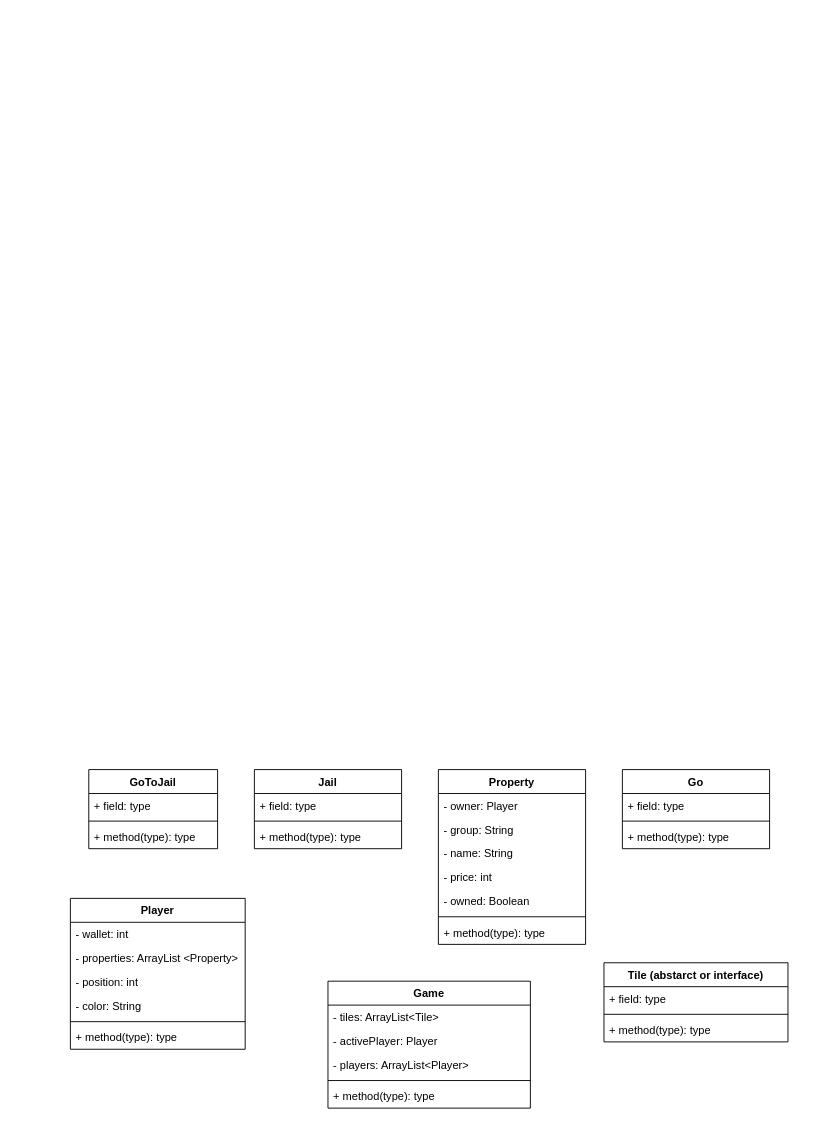
Above: MonoplyMilestone1.drawio in MiniEinsteinD/MonopolyGame (draw.io), before the change. Source tidied: cells renumbered, new cells numbered last; positions are measured from the earlier drawing's top-left corner, leaving out a move shared by most shapes. Both pictures are drawn from the tidied source at 92%, with x=0, y=0 at pixel (70, 769).
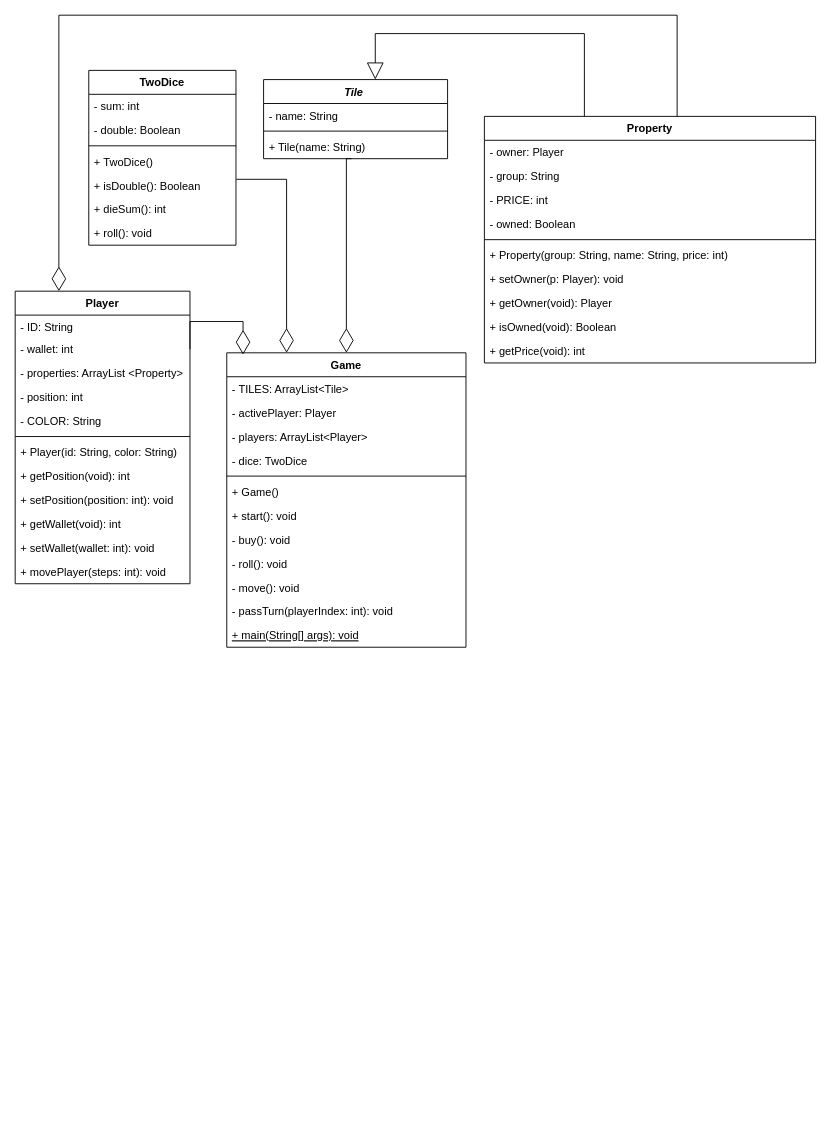
The same page after the edit.

Change to the diagram source:
```diff
@@
-    <mxCell id="2" value="GoToJail" style="swimlane;fontStyle=1;align=center;verticalAlign=top;horizontal=1;startSize=26;" parent="1" vertex="1">
-      <mxGeometry x="20" width="140" height="86" as="geometry" />
-    </mxCell>
-    <mxCell id="3" value="+ field: type" style="text;strokeColor=none;fillColor=none;align=left;verticalAlign=top;spacingLeft=4;spacingRight=4;overflow=hidden;" parent="2" vertex="1">
-      <mxGeometry y="26" width="140" height="26" as="geometry" />
-    </mxCell>
-    <mxCell id="4" style="line;strokeWidth=1;fillColor=none;align=left;verticalAlign=middle;spacingTop=-1;spacingLeft=3;spacingRight=3;labelPosition=right;" parent="2" vertex="1">
-      <mxGeometry y="52" width="140" height="8" as="geometry" />
-    </mxCell>
-    <mxCell id="5" value="+ method(type): type" style="text;strokeColor=none;fillColor=none;align=left;verticalAlign=top;spacingLeft=4;spacingRight=4;overflow=hidden;" parent="2" vertex="1">
-      <mxGeometry y="60" width="140" height="26" as="geometry" />
-    </mxCell>
-    <mxCell id="6" value="Jail" style="swimlane;fontStyle=1;align=center;verticalAlign=top;horizontal=1;startSize=26;" parent="1" vertex="1">
-      <mxGeometry x="200" width="160" height="86" as="geometry" />
-    </mxCell>
-    <mxCell id="7" value="+ field: type" style="text;strokeColor=none;fillColor=none;align=left;verticalAlign=top;spacingLeft=4;spacingRight=4;overflow=hidden;" parent="6" vertex="1">
-      <mxGeometry y="26" width="160" height="26" as="geometry" />
-    </mxCell>
-    <mxCell id="8" style="line;strokeWidth=1;fillColor=none;align=left;verticalAlign=middle;spacingTop=-1;spacingLeft=3;spacingRight=3;labelPosition=right;" parent="6" vertex="1">
-      <mxGeometry y="52" width="160" height="8" as="geometry" />
-    </mxCell>
-    <mxCell id="9" value="+ method(type): type" style="text;strokeColor=none;fillColor=none;align=left;verticalAlign=top;spacingLeft=4;spacingRight=4;overflow=hidden;" parent="6" vertex="1">
-      <mxGeometry y="60" width="160" height="26" as="geometry" />
-    </mxCell>
     <mxCell id="10" value="Property" style="swimlane;fontStyle=1;align=center;verticalAlign=top;horizontal=1;startSize=26;" parent="1" vertex="1">
-      <mxGeometry x="400" width="160" height="190" as="geometry" />
+      <mxGeometry x="450" y="-710" width="360" height="268" as="geometry" />
     </mxCell>
     <mxCell id="11" value="- owner: Player" style="text;strokeColor=none;fillColor=none;align=left;verticalAlign=top;spacingLeft=4;spacingRight=4;overflow=hidden;" parent="10" vertex="1">
-      <mxGeometry y="26" width="160" height="26" as="geometry" />
+      <mxGeometry y="26" width="360" height="26" as="geometry" />
     </mxCell>
     <mxCell id="12" value="- group: String " style="text;strokeColor=none;fillColor=none;align=left;verticalAlign=top;spacingLeft=4;spacingRight=4;overflow=hidden;" parent="10" vertex="1">
-      <mxGeometry y="52" width="160" height="26" as="geometry" />
+      <mxGeometry y="52" width="360" height="26" as="geometry" />
     </mxCell>
-    <mxCell id="13" value="- name: String " style="text;strokeColor=none;fillColor=none;align=left;verticalAlign=top;spacingLeft=4;spacingRight=4;overflow=hidden;" parent="10" vertex="1">
-      <mxGeometry y="78" width="160" height="26" as="geometry" />
-    </mxCell>
-    <mxCell id="14" value="- price: int " style="text;strokeColor=none;fillColor=none;align=left;verticalAlign=top;spacingLeft=4;spacingRight=4;overflow=hidden;" parent="10" vertex="1">
-      <mxGeometry y="104" width="160" height="26" as="geometry" />
+    <mxCell id="14" value="- PRICE: int" style="text;strokeColor=none;fillColor=none;align=left;verticalAlign=top;spacingLeft=4;spacingRight=4;overflow=hidden;" parent="10" vertex="1">
+      <mxGeometry y="78" width="360" height="26" as="geometry" />
     </mxCell>
     <mxCell id="15" value="- owned: Boolean " style="text;strokeColor=none;fillColor=none;align=left;verticalAlign=top;spacingLeft=4;spacingRight=4;overflow=hidden;" parent="10" vertex="1">
-      <mxGeometry y="130" width="160" height="26" as="geometry" />
+      <mxGeometry y="104" width="360" height="26" as="geometry" />
     </mxCell>
     <mxCell id="16" style="line;strokeWidth=1;fillColor=none;align=left;verticalAlign=middle;spacingTop=-1;spacingLeft=3;spacingRight=3;labelPosition=right;" parent="10" vertex="1">
-      <mxGeometry y="156" width="160" height="8" as="geometry" />
+      <mxGeometry y="130" width="360" height="8" as="geometry" />
     </mxCell>
-    <mxCell id="17" value="+ method(type): type" style="text;strokeColor=none;fillColor=none;align=left;verticalAlign=top;spacingLeft=4;spacingRight=4;overflow=hidden;" parent="10" vertex="1">
-      <mxGeometry y="164" width="160" height="26" as="geometry" />
+    <mxCell id="17" value="+ Property(group: String, name: String, price: int)" style="text;strokeColor=none;fillColor=none;align=left;verticalAlign=top;spacingLeft=4;spacingRight=4;overflow=hidden;" parent="10" vertex="1">
+      <mxGeometry y="138" width="360" height="26" as="geometry" />
     </mxCell>
-    <mxCell id="18" value="Go" style="swimlane;fontStyle=1;align=center;verticalAlign=top;horizontal=1;startSize=26;" parent="1" vertex="1">
-      <mxGeometry x="600" width="160" height="86" as="geometry" />
-    </mxCell>
-    <mxCell id="19" value="+ field: type" style="text;strokeColor=none;fillColor=none;align=left;verticalAlign=top;spacingLeft=4;spacingRight=4;overflow=hidden;" parent="18" vertex="1">
-      <mxGeometry y="26" width="160" height="26" as="geometry" />
-    </mxCell>
-    <mxCell id="20" style="line;strokeWidth=1;fillColor=none;align=left;verticalAlign=middle;spacingTop=-1;spacingLeft=3;spacingRight=3;labelPosition=right;" parent="18" vertex="1">
-      <mxGeometry y="52" width="160" height="8" as="geometry" />
-    </mxCell>
-    <mxCell id="21" value="+ method(type): type" style="text;strokeColor=none;fillColor=none;align=left;verticalAlign=top;spacingLeft=4;spacingRight=4;overflow=hidden;" parent="18" vertex="1">
-      <mxGeometry y="60" width="160" height="26" as="geometry" />
-    </mxCell>
+    <mxCell id="39" value="+ setOwner(p: Player): void" style="text;strokeColor=none;fillColor=none;align=left;verticalAlign=top;spacingLeft=4;spacingRight=4;overflow=hidden;" parent="10" vertex="1">
+      <mxGeometry y="164" width="360" height="26" as="geometry" />
+    </mxCell>
+    <mxCell id="40" value="+ getOwner(void): Player" style="text;strokeColor=none;fillColor=none;align=left;verticalAlign=top;spacingLeft=4;spacingRight=4;overflow=hidden;" parent="10" vertex="1">
+      <mxGeometry y="190" width="360" height="26" as="geometry" />
+    </mxCell>
+    <mxCell id="41" value="+ isOwned(void): Boolean" style="text;strokeColor=none;fillColor=none;align=left;verticalAlign=top;spacingLeft=4;spacingRight=4;overflow=hidden;" parent="10" vertex="1">
+      <mxGeometry y="216" width="360" height="26" as="geometry" />
+    </mxCell>
+    <mxCell id="42" value="+ getPrice(void): int" style="text;strokeColor=none;fillColor=none;align=left;verticalAlign=top;spacingLeft=4;spacingRight=4;overflow=hidden;" parent="10" vertex="1">
+      <mxGeometry y="242" width="360" height="26" as="geometry" />
+    </mxCell>
     <mxCell id="22" value="Player" style="swimlane;fontStyle=1;align=center;verticalAlign=top;horizontal=1;startSize=26;" parent="1" vertex="1">
-      <mxGeometry y="140" width="190" height="164" as="geometry" />
+      <mxGeometry x="-60" y="-520" width="190" height="318" as="geometry" />
     </mxCell>
+    <mxCell id="43" value="- ID: String" style="text;strokeColor=none;fillColor=none;align=left;verticalAlign=top;spacingLeft=4;spacingRight=4;overflow=hidden;" parent="22" vertex="1">
+      <mxGeometry y="26" width="190" height="24" as="geometry" />
+    </mxCell>
     <mxCell id="23" value="- wallet: int" style="text;strokeColor=none;fillColor=none;align=left;verticalAlign=top;spacingLeft=4;spacingRight=4;overflow=hidden;points=[[0,0.5],[1,0.5]];portConstraint=eastwest;" parent="22" vertex="1">
-      <mxGeometry y="26" width="190" height="26" as="geometry" />
+      <mxGeometry y="50" width="190" height="26" as="geometry" />
     </mxCell>
     <mxCell id="24" value="- properties: ArrayList &lt;Property&gt;" style="text;strokeColor=none;fillColor=none;align=left;verticalAlign=top;spacingLeft=4;spacingRight=4;overflow=hidden;" parent="22" vertex="1">
-      <mxGeometry y="52" width="190" height="26" as="geometry" />
+      <mxGeometry y="76" width="190" height="26" as="geometry" />
     </mxCell>
     <mxCell id="25" value="- position: int" style="text;strokeColor=none;fillColor=none;align=left;verticalAlign=top;spacingLeft=4;spacingRight=4;overflow=hidden;" parent="22" vertex="1">
-      <mxGeometry y="78" width="190" height="26" as="geometry" />
+      <mxGeometry y="102" width="190" height="26" as="geometry" />
     </mxCell>
-    <mxCell id="26" value="- color: String" style="text;strokeColor=none;fillColor=none;align=left;verticalAlign=top;spacingLeft=4;spacingRight=4;overflow=hidden;" parent="22" vertex="1">
-      <mxGeometry y="104" width="190" height="26" as="geometry" />
+    <mxCell id="26" value="- COLOR: String" style="text;strokeColor=none;fillColor=none;align=left;verticalAlign=top;spacingLeft=4;spacingRight=4;overflow=hidden;" parent="22" vertex="1">
+      <mxGeometry y="128" width="190" height="26" as="geometry" />
     </mxCell>
     <mxCell id="27" style="line;strokeWidth=1;fillColor=none;align=left;verticalAlign=middle;spacingTop=-1;spacingLeft=3;spacingRight=3;labelPosition=right;" parent="22" vertex="1">
-      <mxGeometry y="130" width="190" height="8" as="geometry" />
+      <mxGeometry y="154" width="190" height="8" as="geometry" />
     </mxCell>
+    <mxCell id="44" value="+ Player(id: String, color: String)" style="text;strokeColor=none;fillColor=none;align=left;verticalAlign=top;spacingLeft=4;spacingRight=4;overflow=hidden;" parent="22" vertex="1">
+      <mxGeometry y="162" width="190" height="26" as="geometry" />
+    </mxCell>
-    <mxCell id="28" value="+ method(type): type" style="text;strokeColor=none;fillColor=none;align=left;verticalAlign=top;spacingLeft=4;spacingRight=4;overflow=hidden;" parent="22" vertex="1">
-      <mxGeometry y="138" width="190" height="26" as="geometry" />
+    <mxCell id="28" value="+ getPosition(void): int" style="text;strokeColor=none;fillColor=none;align=left;verticalAlign=top;spacingLeft=4;spacingRight=4;overflow=hidden;" parent="22" vertex="1">
+      <mxGeometry y="188" width="190" height="26" as="geometry" />
     </mxCell>
+    <mxCell id="45" value="+ setPosition(position: int): void" style="text;strokeColor=none;fillColor=none;align=left;verticalAlign=top;spacingLeft=4;spacingRight=4;overflow=hidden;" parent="22" vertex="1">
+      <mxGeometry y="214" width="190" height="26" as="geometry" />
+    </mxCell>
+    <mxCell id="46" value="+ getWallet(void): int" style="text;strokeColor=none;fillColor=none;align=left;verticalAlign=top;spacingLeft=4;spacingRight=4;overflow=hidden;" parent="22" vertex="1">
+      <mxGeometry y="240" width="190" height="26" as="geometry" />
+    </mxCell>
+    <mxCell id="47" value="+ setWallet(wallet: int): void" style="text;strokeColor=none;fillColor=none;align=left;verticalAlign=top;spacingLeft=4;spacingRight=4;overflow=hidden;" parent="22" vertex="1">
+      <mxGeometry y="266" width="190" height="26" as="geometry" />
+    </mxCell>
+    <mxCell id="48" value="+ movePlayer(steps: int): void" style="text;strokeColor=none;fillColor=none;align=left;verticalAlign=top;spacingLeft=4;spacingRight=4;overflow=hidden;" parent="22" vertex="1">
+      <mxGeometry y="292" width="190" height="26" as="geometry" />
+    </mxCell>
-    <mxCell id="29" value="Tile (abstarct or interface)" style="swimlane;fontStyle=1;align=center;verticalAlign=top;horizontal=1;startSize=26;" parent="1" vertex="1">
-      <mxGeometry x="580" y="210" width="200" height="86" as="geometry" />
+    <mxCell id="29" value="Tile " style="swimlane;fontStyle=3;align=center;verticalAlign=top;horizontal=1;startSize=26;" parent="1" vertex="1">
+      <mxGeometry x="210" y="-750" width="200" height="86" as="geometry" />
     </mxCell>
-    <mxCell id="30" value="+ field: type" style="text;strokeColor=none;fillColor=none;align=left;verticalAlign=top;spacingLeft=4;spacingRight=4;overflow=hidden;" parent="29" vertex="1">
+    <mxCell id="30" value="- name: String " style="text;strokeColor=none;fillColor=none;align=left;verticalAlign=top;spacingLeft=4;spacingRight=4;overflow=hidden;" parent="29" vertex="1">
       <mxGeometry y="26" width="200" height="26" as="geometry" />
     </mxCell>
@@
-    <mxCell id="32" value="+ method(type): type" style="text;strokeColor=none;fillColor=none;align=left;verticalAlign=top;spacingLeft=4;spacingRight=4;overflow=hidden;points=[[0,0.5],[1,0.5]];portConstraint=eastwest;" parent="29" vertex="1">
+    <mxCell id="32" value="+ Tile(name: String)" style="text;strokeColor=none;fillColor=none;align=left;verticalAlign=top;spacingLeft=4;spacingRight=4;overflow=hidden;points=[[0,0.5],[1,0.5]];portConstraint=eastwest;" parent="29" vertex="1">
       <mxGeometry y="60" width="200" height="26" as="geometry" />
     </mxCell>
     <mxCell id="33" value="Game" style="swimlane;fontStyle=1;align=center;verticalAlign=top;horizontal=1;startSize=26;" parent="1" vertex="1">
-      <mxGeometry x="280" y="230" width="220" height="138" as="geometry" />
+      <mxGeometry x="170" y="-453" width="260" height="320" as="geometry" />
     </mxCell>
-    <mxCell id="34" value="- tiles: ArrayList&lt;Tile&gt;" style="text;strokeColor=none;fillColor=none;align=left;verticalAlign=top;spacingLeft=4;spacingRight=4;overflow=hidden;" parent="33" vertex="1">
-      <mxGeometry y="26" width="220" height="26" as="geometry" />
+    <mxCell id="34" value="- TILES: ArrayList&lt;Tile&gt;" style="text;strokeColor=none;fillColor=none;align=left;verticalAlign=top;spacingLeft=4;spacingRight=4;overflow=hidden;" parent="33" vertex="1">
+      <mxGeometry y="26" width="260" height="26" as="geometry" />
     </mxCell>
     <mxCell id="35" value="- activePlayer: Player" style="text;strokeColor=none;fillColor=none;align=left;verticalAlign=top;spacingLeft=4;spacingRight=4;overflow=hidden;" parent="33" vertex="1">
-      <mxGeometry y="52" width="220" height="26" as="geometry" />
+      <mxGeometry y="52" width="260" height="26" as="geometry" />
     </mxCell>
     <mxCell id="36" value="- players: ArrayList&lt;Player&gt;" style="text;strokeColor=none;fillColor=none;align=left;verticalAlign=top;spacingLeft=4;spacingRight=4;overflow=hidden;" parent="33" vertex="1">
-      <mxGeometry y="78" width="220" height="26" as="geometry" />
+      <mxGeometry y="78" width="260" height="26" as="geometry" />
     </mxCell>
+    <mxCell id="49" value="- dice: TwoDice" style="text;strokeColor=none;fillColor=none;align=left;verticalAlign=top;spacingLeft=4;spacingRight=4;overflow=hidden;" parent="33" vertex="1">
+      <mxGeometry y="104" width="260" height="26" as="geometry" />
+    </mxCell>
     <mxCell id="37" style="line;strokeWidth=1;fillColor=none;align=left;verticalAlign=middle;spacingTop=-1;spacingLeft=3;spacingRight=3;labelPosition=right;" parent="33" vertex="1">
-      <mxGeometry y="104" width="220" height="8" as="geometry" />
+      <mxGeometry y="130" width="260" height="8" as="geometry" />
     </mxCell>
-    <mxCell id="38" value="+ method(type): type" style="text;strokeColor=none;fillColor=none;align=left;verticalAlign=top;spacingLeft=4;spacingRight=4;overflow=hidden;" parent="33" vertex="1">
-      <mxGeometry y="112" width="220" height="26" as="geometry" />
+    <mxCell id="38" value="+ Game()" style="text;strokeColor=none;fillColor=none;align=left;verticalAlign=top;spacingLeft=4;spacingRight=4;overflow=hidden;" parent="33" vertex="1">
+      <mxGeometry y="138" width="260" height="26" as="geometry" />
     </mxCell>
+    <mxCell id="50" value="+ start(): void" style="text;strokeColor=none;fillColor=none;align=left;verticalAlign=top;spacingLeft=4;spacingRight=4;overflow=hidden;" parent="33" vertex="1">
+      <mxGeometry y="164" width="260" height="26" as="geometry" />
+    </mxCell>
+    <mxCell id="51" value="- buy(): void" style="text;strokeColor=none;fillColor=none;align=left;verticalAlign=top;spacingLeft=4;spacingRight=4;overflow=hidden;" parent="33" vertex="1">
+      <mxGeometry y="190" width="260" height="26" as="geometry" />
+    </mxCell>
+    <mxCell id="52" value="- roll(): void " style="text;strokeColor=none;fillColor=none;align=left;verticalAlign=top;spacingLeft=4;spacingRight=4;overflow=hidden;" parent="33" vertex="1">
+      <mxGeometry y="216" width="260" height="26" as="geometry" />
+    </mxCell>
+    <mxCell id="53" value="- move(): void" style="text;strokeColor=none;fillColor=none;align=left;verticalAlign=top;spacingLeft=4;spacingRight=4;overflow=hidden;" parent="33" vertex="1">
+      <mxGeometry y="242" width="260" height="26" as="geometry" />
+    </mxCell>
+    <mxCell id="54" value="- passTurn(playerIndex: int): void " style="text;strokeColor=none;fillColor=none;align=left;verticalAlign=top;spacingLeft=4;spacingRight=4;overflow=hidden;" parent="33" vertex="1">
+      <mxGeometry y="268" width="260" height="26" as="geometry" />
+    </mxCell>
+    <mxCell id="55" value="+ main(String[] args): void" style="text;strokeColor=none;fillColor=none;align=left;verticalAlign=top;spacingLeft=4;spacingRight=4;overflow=hidden;fontStyle=4;" parent="33" vertex="1">
+      <mxGeometry y="294" width="260" height="26" as="geometry" />
+    </mxCell>
+    <mxCell id="56" value="TwoDice" style="swimlane;fontStyle=1;align=center;verticalAlign=top;horizontal=1;startSize=26;" parent="1" vertex="1">
+      <mxGeometry x="20" y="-760" width="160" height="190" as="geometry" />
+    </mxCell>
+    <mxCell id="57" value="- sum: int&#10;" style="text;strokeColor=none;fillColor=none;align=left;verticalAlign=top;spacingLeft=4;spacingRight=4;overflow=hidden;" parent="56" vertex="1">
+      <mxGeometry y="26" width="160" height="26" as="geometry" />
+    </mxCell>
+    <mxCell id="58" value="- double: Boolean&#10;" style="text;strokeColor=none;fillColor=none;align=left;verticalAlign=top;spacingLeft=4;spacingRight=4;overflow=hidden;" parent="56" vertex="1">
+      <mxGeometry y="52" width="160" height="26" as="geometry" />
+    </mxCell>
+    <mxCell id="59" style="line;strokeWidth=1;fillColor=none;align=left;verticalAlign=middle;spacingTop=-1;spacingLeft=3;spacingRight=3;labelPosition=right;" parent="56" vertex="1">
+      <mxGeometry y="78" width="160" height="8" as="geometry" />
+    </mxCell>
+    <mxCell id="60" value="+ TwoDice()" style="text;strokeColor=none;fillColor=none;align=left;verticalAlign=top;spacingLeft=4;spacingRight=4;overflow=hidden;fontStyle=0;" parent="56" vertex="1">
+      <mxGeometry y="86" width="160" height="26" as="geometry" />
+    </mxCell>
+    <mxCell id="61" value="+ isDouble(): Boolean" style="text;strokeColor=none;fillColor=none;align=left;verticalAlign=top;spacingLeft=4;spacingRight=4;overflow=hidden;points=[[0,0.5],[1,0.5]];portConstraint=eastwest;" parent="56" vertex="1">
+      <mxGeometry y="112" width="160" height="26" as="geometry" />
+    </mxCell>
+    <mxCell id="62" value="+ dieSum(): int" style="text;strokeColor=none;fillColor=none;align=left;verticalAlign=top;spacingLeft=4;spacingRight=4;overflow=hidden;" parent="56" vertex="1">
+      <mxGeometry y="138" width="160" height="26" as="geometry" />
+    </mxCell>
+    <mxCell id="63" value="+ roll(): void" style="text;strokeColor=none;fillColor=none;align=left;verticalAlign=top;spacingLeft=4;spacingRight=4;overflow=hidden;" parent="56" vertex="1">
+      <mxGeometry y="164" width="160" height="26" as="geometry" />
+    </mxCell>
+    <mxCell id="64" style="endArrow=block;endSize=16;endFill=0;html=1;rounded=0;edgeStyle=orthogonalEdgeStyle;entryX=0.607;entryY=0;entryDx=0;entryDy=0;entryPerimeter=0;exitX=0.302;exitY=-0.001;exitDx=0;exitDy=0;exitPerimeter=0;" parent="1" edge="1" source="10" target="29">
+      <mxGeometry relative="1" as="geometry">
+        <Array as="points">
+          <mxPoint x="559" y="-800" />
+          <mxPoint x="331" y="-800" />
+        </Array>
+      </mxGeometry>
+    </mxCell>
+    <mxCell id="65" style="endArrow=diamondThin;endFill=0;endSize=24;html=1;rounded=0;edgeStyle=orthogonalEdgeStyle;entryX=0.5;entryY=0;entryDx=0;entryDy=0;exitX=0.478;exitY=1;exitDx=0;exitDy=0;exitPerimeter=0;" parent="1" edge="1" source="32" target="33">
+      <mxGeometry relative="1" as="geometry">
+        <Array as="points">
+          <mxPoint x="300" y="-664" />
+        </Array>
+      </mxGeometry>
+    </mxCell>
+    <mxCell id="66" style="endArrow=diamondThin;endFill=0;endSize=24;html=1;rounded=0;edgeStyle=orthogonalEdgeStyle;entryX=0.25;entryY=0;entryDx=0;entryDy=0;exitX=1.003;exitY=0.246;exitDx=0;exitDy=0;exitPerimeter=0;" parent="1" edge="1" source="61" target="33">
+      <mxGeometry relative="1" as="geometry">
+        <Array as="points">
+          <mxPoint x="235" y="-642" />
+        </Array>
+      </mxGeometry>
+    </mxCell>
+    <mxCell id="67" style="endArrow=diamondThin;endFill=0;endSize=24;html=1;rounded=0;edgeStyle=orthogonalEdgeStyle;entryX=0.068;entryY=0.006;entryDx=0;entryDy=0;exitX=1;exitY=0.5;exitDx=0;exitDy=0;entryPerimeter=0;" parent="1" edge="1" source="23" target="33">
+      <mxGeometry relative="1" as="geometry">
+        <Array as="points">
+          <mxPoint x="188" y="-487" />
+        </Array>
+      </mxGeometry>
+    </mxCell>
+    <mxCell id="68" style="endArrow=diamondThin;endFill=0;endSize=24;html=1;rounded=0;edgeStyle=orthogonalEdgeStyle;entryX=0.25;entryY=0;entryDx=0;entryDy=0;exitX=0.582;exitY=0;exitDx=0;exitDy=0;exitPerimeter=0;" parent="1" edge="1" source="10" target="22">
+      <mxGeometry relative="1" as="geometry">
+        <Array as="points">
+          <mxPoint x="660" y="-820" />
+          <mxPoint x="-12" y="-820" />
+        </Array>
+      </mxGeometry>
+    </mxCell>
```
